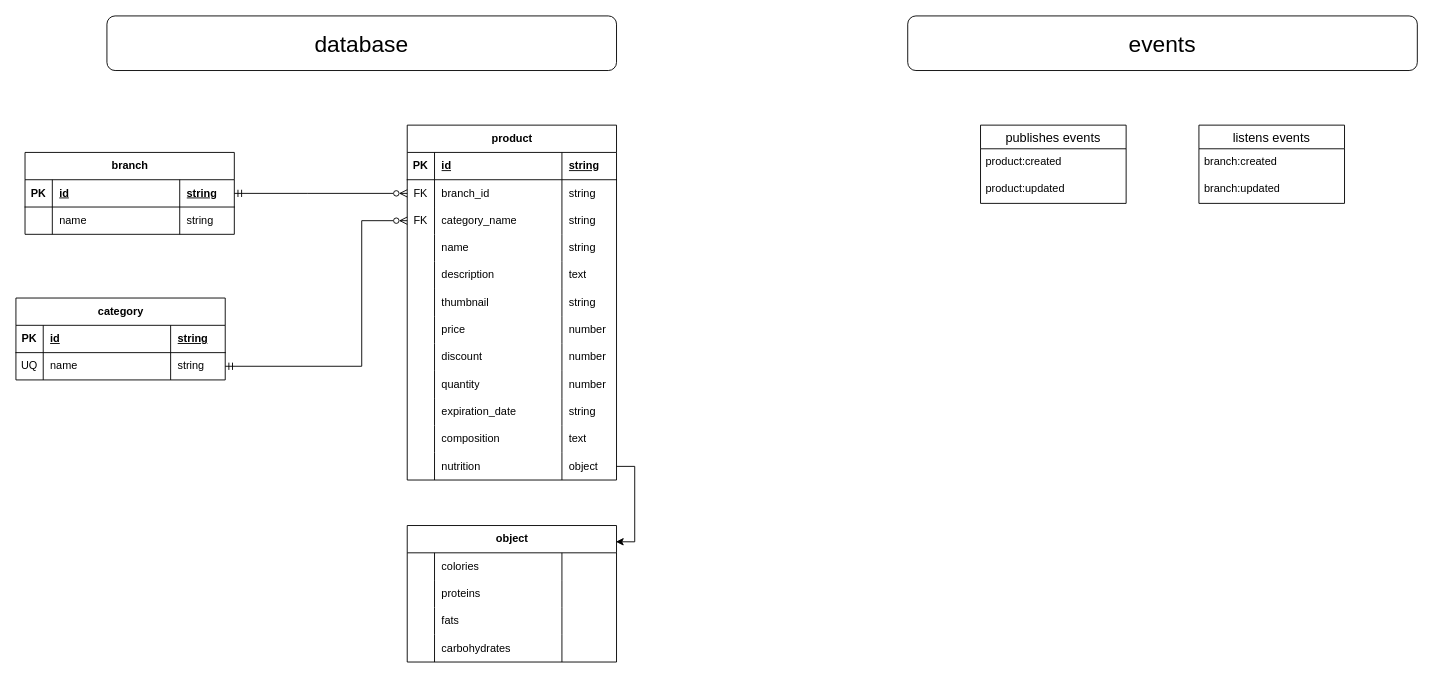
Above: page "product" (6 of 9) of app.drawio in ernurQ/eat-web-diagrams (draw.io), before the change. Source tidied: cells renumbered, new cells numbered last; positions are measured from the earlier drawing's top-left corner, leaving out a move shared by most shapes. Both pictures are drawn from the tidied source at 91%, with x=0, y=0 at pixel (15, 15).
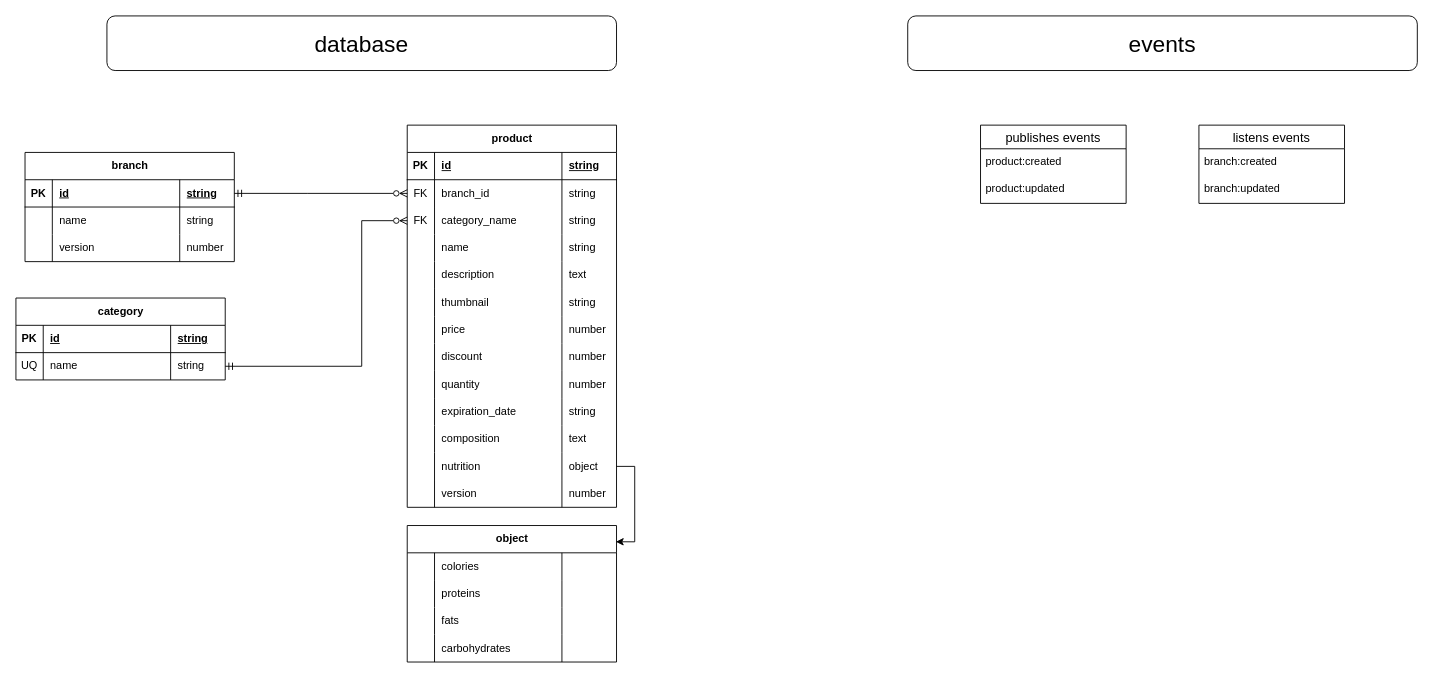
Above is the later version.

What changed in the source:
```diff
@@
     <mxCell id="2" value="branch" style="shape=table;startSize=30;childLayout=tableLayout;rowLines=0;fontStyle=1;align=center;html=1;" parent="1" vertex="1">
-      <mxGeometry x="10" y="150" width="230" height="90" as="geometry" />
+      <mxGeometry x="10" y="150" width="230" height="120" as="geometry" />
     </mxCell>
@@
+    <mxCell id="97" style="shape=tableRow;horizontal=0;startSize=0;swimlaneHead=0;swimlaneBody=0;fillColor=none;top=0;left=0;right=0;bottom=0;" parent="2" vertex="1">
+      <mxGeometry y="90" width="230" height="30" as="geometry" />
+    </mxCell>
+    <mxCell id="98" style="shape=partialRectangle;fillColor=none;top=0;left=0;bottom=0;right=0;overflow=hidden;whiteSpace=wrap;html=1;" parent="97" vertex="1">
+      <mxGeometry width="30" height="30" as="geometry" />
+    </mxCell>
+    <mxCell id="99" value="version" style="shape=partialRectangle;fillColor=none;top=0;left=0;bottom=0;right=0;align=left;spacingLeft=6;overflow=hidden;whiteSpace=wrap;html=1;" parent="97" vertex="1">
+      <mxGeometry x="30" width="140" height="30" as="geometry" />
+    </mxCell>
+    <mxCell id="100" value="number" style="shape=partialRectangle;fillColor=none;top=0;left=0;bottom=0;right=0;align=left;spacingLeft=6;overflow=hidden;whiteSpace=wrap;html=1;" parent="97" vertex="1">
+      <mxGeometry x="170" width="60" height="30" as="geometry" />
+    </mxCell>
     <mxCell id="11" value="product" style="shape=table;startSize=30;childLayout=tableLayout;rowLines=0;fontStyle=1;align=center;html=1;" parent="1" vertex="1">
-      <mxGeometry x="430" y="120" width="230" height="390" as="geometry" />
+      <mxGeometry x="430" y="120" width="230" height="420" as="geometry" />
     </mxCell>
@@
+    <mxCell id="101" style="shape=tableRow;horizontal=0;startSize=0;swimlaneHead=0;swimlaneBody=0;fillColor=none;top=0;left=0;right=0;bottom=0;" parent="11" vertex="1">
+      <mxGeometry y="390" width="230" height="30" as="geometry" />
+    </mxCell>
+    <mxCell id="102" style="shape=partialRectangle;fillColor=none;top=0;left=0;bottom=0;right=0;overflow=hidden;whiteSpace=wrap;html=1;" parent="101" vertex="1">
+      <mxGeometry width="30" height="30" as="geometry" />
+    </mxCell>
+    <mxCell id="103" value="version" style="shape=partialRectangle;fillColor=none;top=0;left=0;bottom=0;right=0;align=left;spacingLeft=6;overflow=hidden;whiteSpace=wrap;html=1;" parent="101" vertex="1">
+      <mxGeometry x="30" width="140" height="30" as="geometry" />
+    </mxCell>
+    <mxCell id="104" value="number" style="shape=partialRectangle;fillColor=none;top=0;left=0;bottom=0;right=0;align=left;spacingLeft=6;overflow=hidden;whiteSpace=wrap;html=1;" parent="101" vertex="1">
+      <mxGeometry x="170" width="60" height="30" as="geometry" />
+    </mxCell>
```
